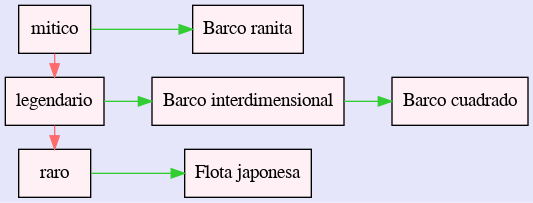
Above: tienda.png in ASique-4/-EDD_2S-BatallaNaval_202012039 (Graphviz), before the change. Its source is kept beside it as tienda.dot. The source it was exported from:
```dot
digraph G {
graph [rankdir = LR ]
bgcolor="lavender"
node [ style=filled,shape = box, fillcolor="lavenderblush:lavenderblush1"]
{rank = same "mitico""legendario""raro"}
"mitico"-> "legendario"-> "raro"[color = indianred1];
"mitico" [label="mitico"];
"mitico"->"Barco ranita"[color = limegreen];
"legendario" [label="legendario"];
"legendario"->"Barco interdimensional"->"Barco cuadrado"[color = limegreen];
"raro" [label="raro"];
"raro"->"Flota japonesa"[color = limegreen];
}
```
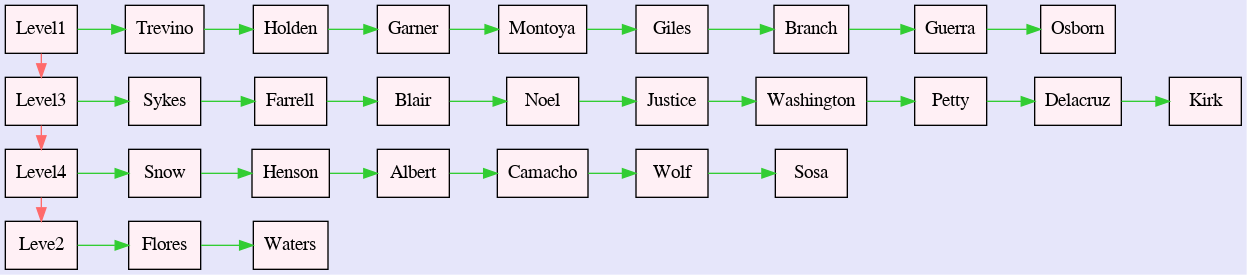
Above is the later version.

Diff of the diagram source:
```diff
@@ -2,12 +2,14 @@
 graph [rankdir = LR ]
 bgcolor="lavender"
 node [ style=filled,shape = box, fillcolor="lavenderblush:lavenderblush1"]
-{rank = same "mitico""legendario""raro"}
-"mitico"-> "legendario"-> "raro"[color = indianred1];
-"mitico" [label="mitico"];
-"mitico"->"Barco ranita"[color = limegreen];
-"legendario" [label="legendario"];
-"legendario"->"Barco interdimensional"->"Barco cuadrado"[color = limegreen];
-"raro" [label="raro"];
-"raro"->"Flota japonesa"[color = limegreen];
+{rank = same "Level1""Level3""Level4""Leve2"}
+"Level1"-> "Level3"-> "Level4"-> "Leve2"[color = indianred1];
+"Level1" [label="Level1"];
+"Level1"->"Trevino"->"Holden"->"Garner"->"Montoya"->"Giles"->"Branch"->"Guerra"->"Osborn"[color = limegreen];
+"Level3" [label="Level3"];
+"Level3"->"Sykes"->"Farrell"->"Blair"->"Noel"->"Justice"->"Washington"->"Petty"->"Delacruz"->"Kirk"[color = limegreen];
+"Level4" [label="Level4"];
+"Level4"->"Snow"->"Henson"->"Albert"->"Camacho"->"Wolf"->"Sosa"[color = limegreen];
+"Leve2" [label="Leve2"];
+"Leve2"->"Flores"->"Waters"[color = limegreen];
 }
```
